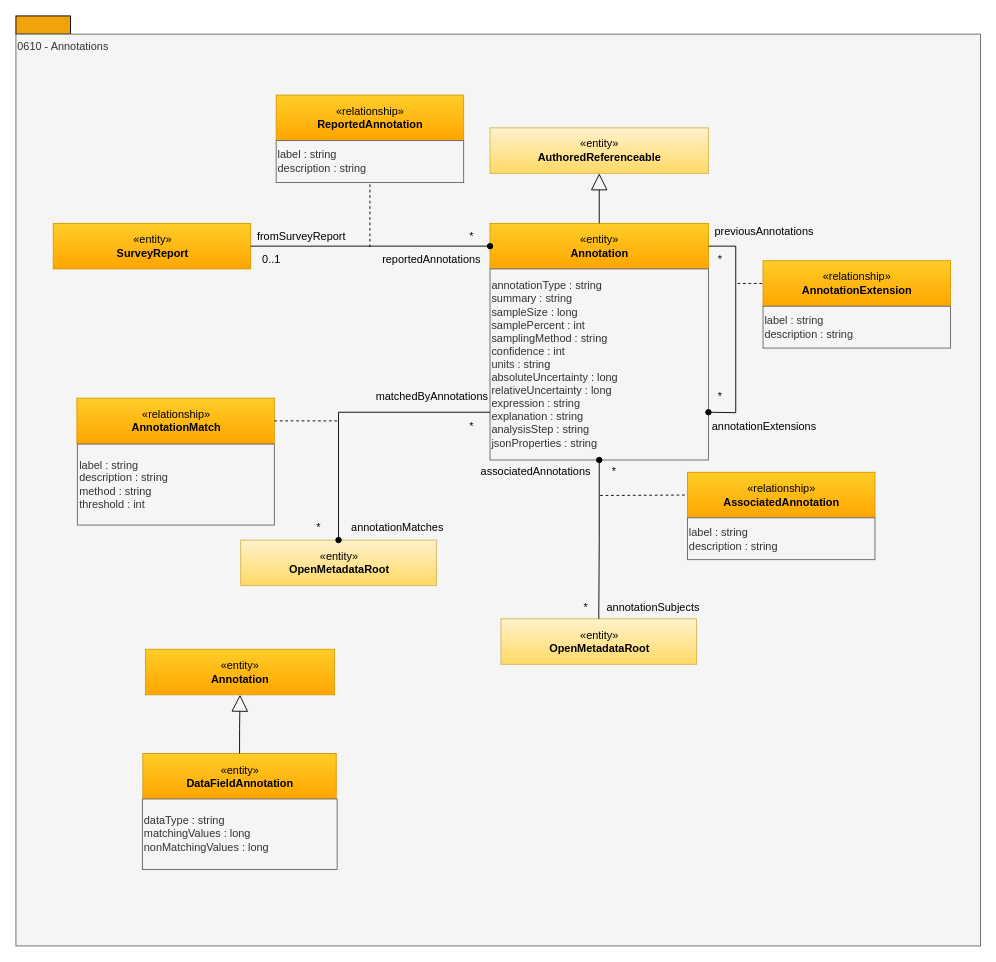
Above: page "0610-Annotations" (3 of 15) of site/docs/types/6/area-6-discovery.drawio in odpi/egeria-docs (draw.io), before the change. Source tidied: cells renumbered, new cells numbered last; positions are measured from the earlier drawing's top-left corner, leaving out a move shared by most shapes. Both pictures are drawn from the tidied source at 91%, with x=0, y=0 at pixel (15, 15).
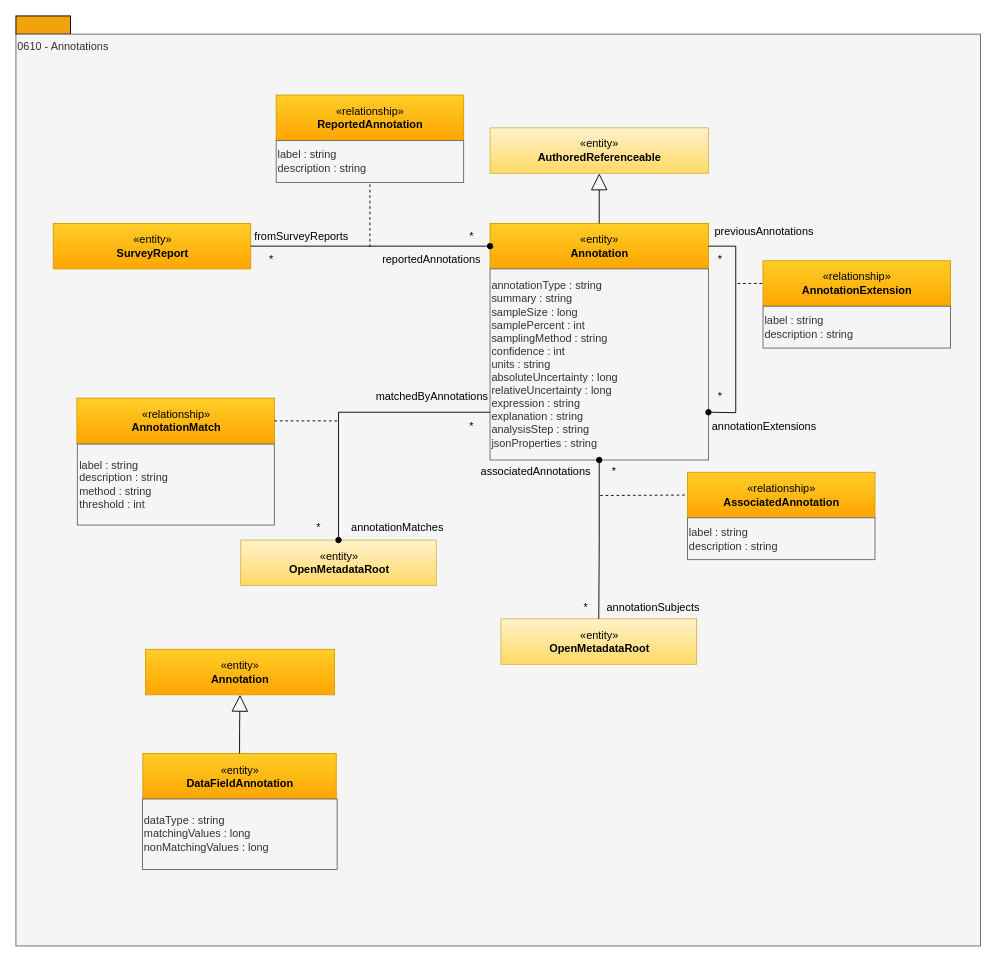
Above is the later version.

What changed in the source:
```diff
@@
-    <mxCell id="7" value="0..1" style="text;html=1;strokeColor=none;fillColor=none;align=center;verticalAlign=middle;whiteSpace=wrap;rounded=0;" parent="1" vertex="1">
+    <mxCell id="7" value="*" style="text;html=1;strokeColor=none;fillColor=none;align=center;verticalAlign=middle;whiteSpace=wrap;rounded=0;" parent="1" vertex="1">
       <mxGeometry x="261" y="258" width="40" height="20" as="geometry" />
     </mxCell>
-    <mxCell id="8" value="fromSurveyReport" style="text;html=1;strokeColor=none;fillColor=none;align=center;verticalAlign=middle;whiteSpace=wrap;rounded=0;" parent="1" vertex="1">
+    <mxCell id="8" value="fromSurveyReports" style="text;html=1;strokeColor=none;fillColor=none;align=center;verticalAlign=middle;whiteSpace=wrap;rounded=0;" parent="1" vertex="1">
       <mxGeometry x="252" y="233" width="124" height="20" as="geometry" />
     </mxCell>
```
